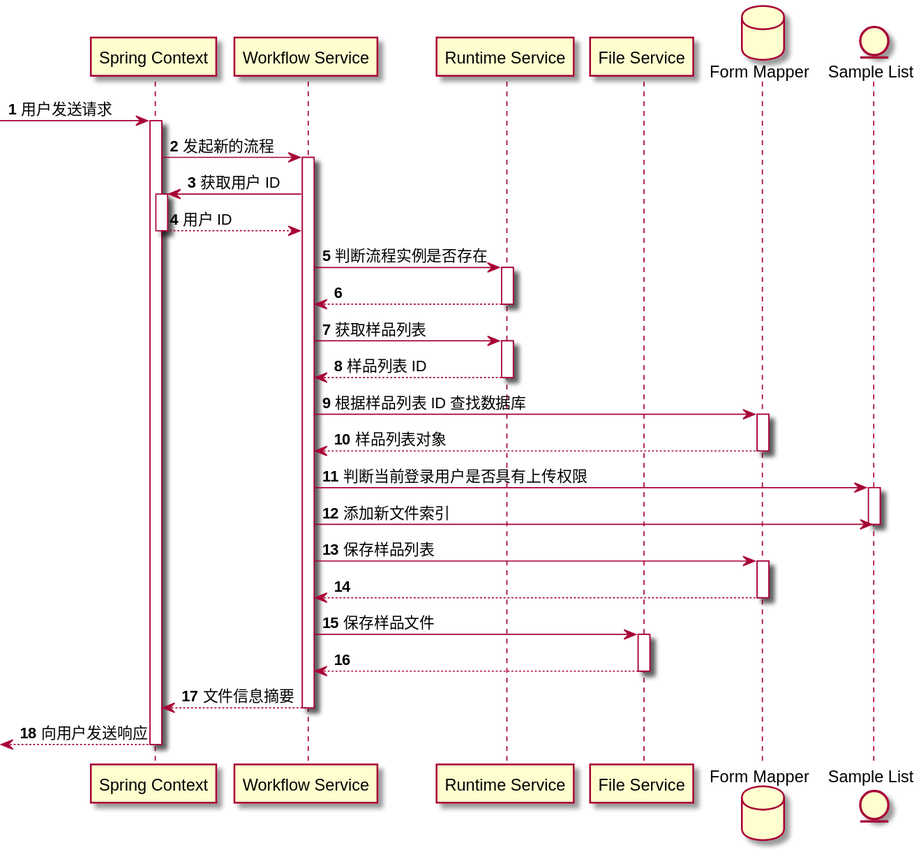
The PlantUML diagram plantuml/svg/上传样品序列图.svg in OnlineSystemGroupA/backend, before a commit. Its diagram source:
```plantuml
@startuml

skin rose

autonumber

participant "Spring Context" as a
participant "Workflow Service" as b
participant "Runtime Service" as c
participant "File Service" as f
database "Form Mapper" as d
entity "Sample List" as e

-> a: 用户发送请求
activate a
a -> b: 发起新的流程
activate b
b -> a: 获取用户 ID
activate a
return 用户 ID
b -> c: 判断流程实例是否存在
activate c
return
b -> c: 获取样品列表
activate c
return 样品列表 ID
b -> d: 根据样品列表 ID 查找数据库
activate d
return 样品列表对象
b -> e: 判断当前登录用户是否具有上传权限
activate e
b -> e: 添加新文件索引
deactivate

b -> d: 保存样品列表
activate d
return
b -> f: 保存样品文件
activate f
return
return 文件信息摘要
return 向用户发送响应
@enduml
```
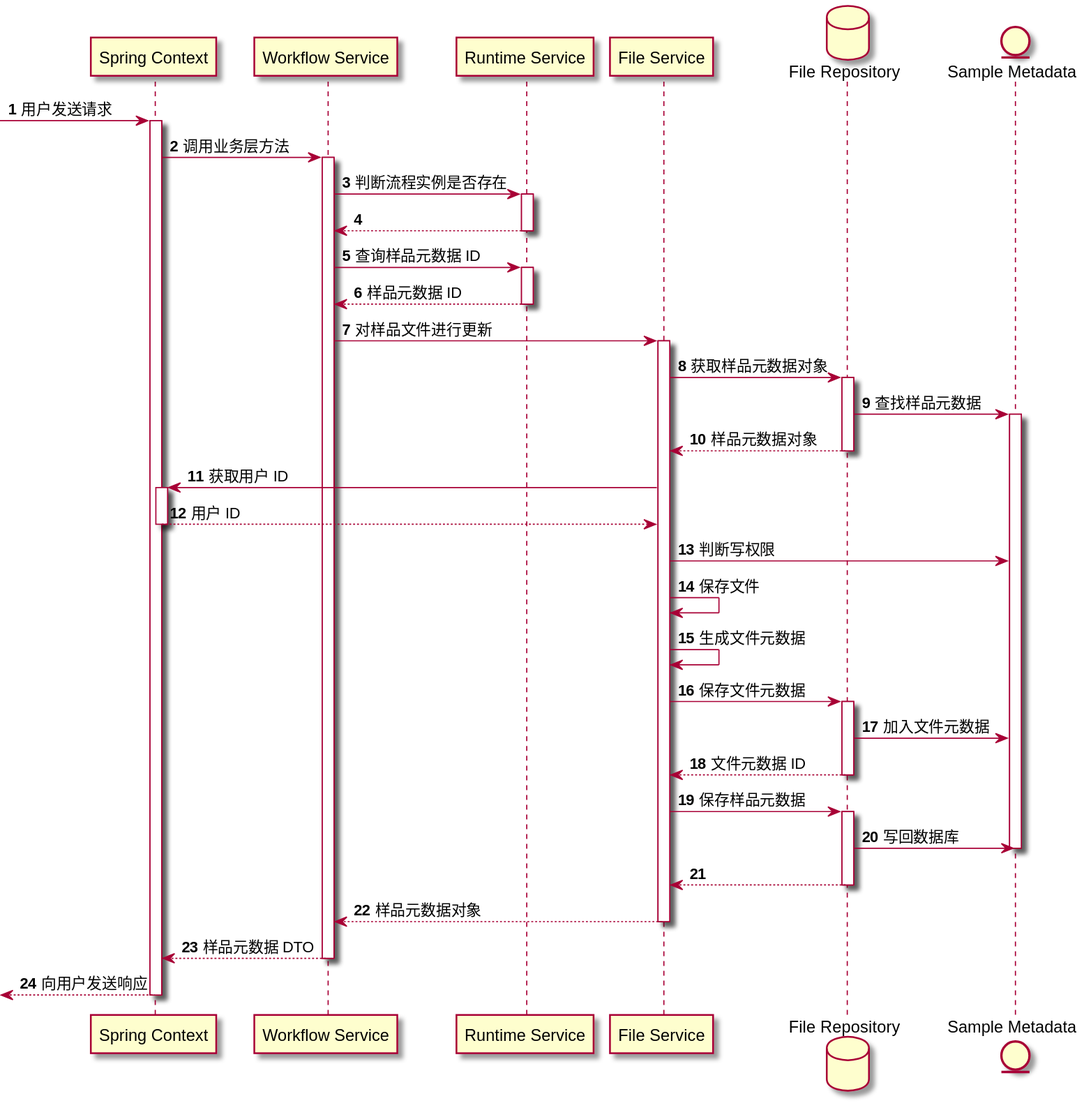
The same diagram one commit later.

Diff of the diagram source:
```diff
@@ -8,36 +8,44 @@
 participant "Workflow Service" as b
 participant "Runtime Service" as c
 participant "File Service" as f
-database "Form Mapper" as d
-entity "Sample List" as e
+database "File Repository" as d
+entity "Sample Metadata" as e
+
 
 -> a: 用户发送请求
 activate a
-a -> b: 发起新的流程
+a -> b: 调用业务层方法
 activate b
-b -> a: 获取用户 ID
-activate a
-return 用户 ID
 b -> c: 判断流程实例是否存在
 activate c
 return
-b -> c: 获取样品列表
+b -> c: 查询样品元数据 ID
 activate c
-return 样品列表 ID
-b -> d: 根据样品列表 ID 查找数据库
+return 样品元数据 ID
+b -> f: 对样品文件进行更新
+activate f
+f -> d: 获取样品元数据对象
 activate d
-return 样品列表对象
-b -> e: 判断当前登录用户是否具有上传权限
+d -> e: 查找样品元数据
 activate e
-b -> e: 添加新文件索引
-deactivate
-
-b -> d: 保存样品列表
+d ---> f: 样品元数据对象
+deactivate d
+f -> a: 获取用户 ID
+activate a
+return 用户 ID
+f -> e: 判断写权限
+f -> f: 保存文件
+f -> f: 生成文件元数据
+f -> d: 保存文件元数据
 activate d
+d -> e: 加入文件元数据
+return 文件元数据 ID
+f -> d: 保存样品元数据
+activate d
+d -> e: 写回数据库
+deactivate e
 return
-b -> f: 保存样品文件
-activate f
-return
-return 文件信息摘要
+return 样品元数据对象
+return 样品元数据 DTO
 return 向用户发送响应
 @enduml
```
